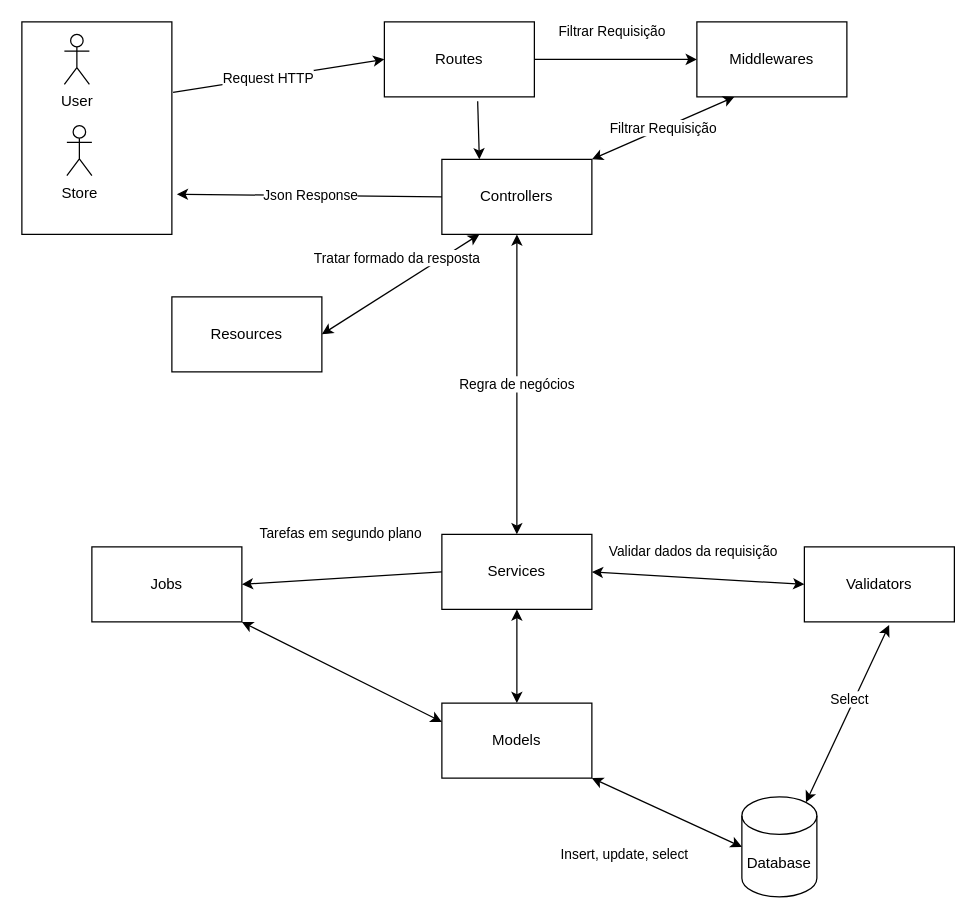
This is documents/architecture.drawio.xml from RodrigoFraga/amount-transfers-api, a draw.io file, before an edit. Source tidied: cells renumbered, new cells numbered last; positions are measured from the earlier drawing's top-left corner, leaving out a move shared by most shapes. Both pictures are drawn from the tidied source at 125%, with x=0, y=0 at pixel (21, 21).
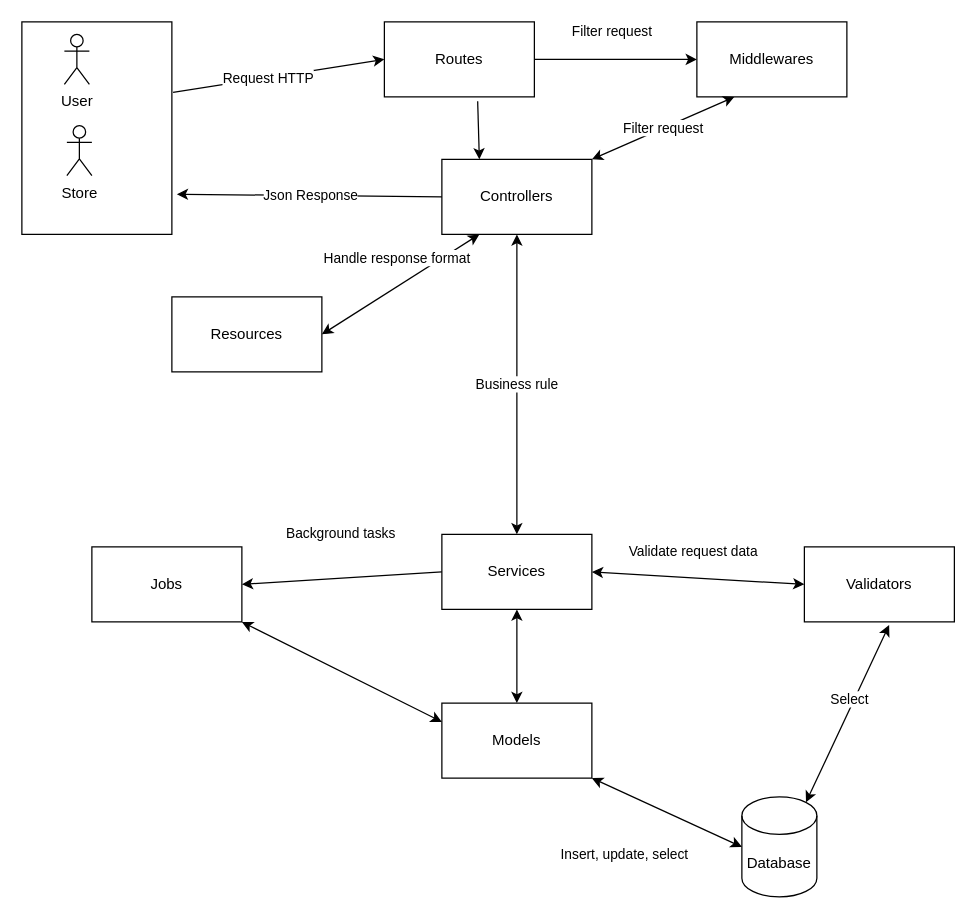
The same diagram, later.

The change refers to these unchanged cells:
```xml
<mxCell id="8" value="Middlewares" style="rounded=0;whiteSpace=wrap;html=1;" parent="1" vertex="1">
  <mxGeometry x="540" width="120" height="60" as="geometry" />
</mxCell>
<mxCell id="9" style="endArrow=classic;html=1;rounded=0;entryX=0;entryY=0.5;entryDx=0;entryDy=0;exitX=1;exitY=0.5;exitDx=0;exitDy=0;" parent="1" edge="1" source="2" target="8">
  <mxGeometry relative="1" as="geometry" />
</mxCell>
<mxCell id="11" value="Controllers" style="rounded=0;whiteSpace=wrap;html=1;" parent="1" vertex="1">
  <mxGeometry x="336" y="110" width="120" height="60" as="geometry" />
</mxCell>
<mxCell id="14" value="Services" style="rounded=0;whiteSpace=wrap;html=1;" parent="1" vertex="1">
  <mxGeometry x="336" y="410" width="120" height="60" as="geometry" />
</mxCell>
<mxCell id="16" value="Jobs" style="rounded=0;whiteSpace=wrap;html=1;" parent="1" vertex="1">
  <mxGeometry x="56" y="420" width="120" height="60" as="geometry" />
</mxCell>
<mxCell id="18" style="endArrow=classic;startArrow=classic;html=1;rounded=0;entryX=0;entryY=0.5;entryDx=0;entryDy=0;exitX=1;exitY=0.5;exitDx=0;exitDy=0;" parent="1" edge="1" source="14" target="17">
  <mxGeometry relative="1" as="geometry" />
</mxCell>
<mxCell id="31" value="Resources" style="rounded=0;whiteSpace=wrap;html=1;" parent="1" vertex="1">
  <mxGeometry x="120" y="220" width="120" height="60" as="geometry" />
</mxCell>
```

The edit, as a diff of the source:
```diff
@@
-    <mxCell id="10" value="Filtrar Requisição" style="edgeLabel;html=1;align=center;verticalAlign=middle;" parent="9" vertex="1">
+    <mxCell id="10" value="Filter request" style="edgeLabel;html=1;align=center;verticalAlign=middle;" parent="9" vertex="1">
       <mxGeometry x="-0.16" y="1" relative="1" as="geometry">
         <mxPoint x="6" y="-22" as="offset" />
       </mxGeometry>
     </mxCell>
@@
-    <mxCell id="13" value="Filtrar Requisição" style="endArrow=classic;startArrow=classic;html=1;rounded=0;entryX=1;entryY=0;entryDx=0;entryDy=0;exitX=0.25;exitY=1;exitDx=0;exitDy=0;" parent="1" edge="1" source="8" target="11">
+    <mxCell id="13" value="Filter request" style="endArrow=classic;startArrow=classic;html=1;rounded=0;entryX=1;entryY=0;entryDx=0;entryDy=0;exitX=0.25;exitY=1;exitDx=0;exitDy=0;" parent="1" edge="1" source="8" target="11">
       <mxGeometry relative="1" as="geometry" />
     </mxCell>
@@
-    <mxCell id="15" value="Regra de negócios" style="endArrow=classic;startArrow=classic;html=1;rounded=0;entryX=0.5;entryY=1;entryDx=0;entryDy=0;" parent="1" edge="1" source="14" target="11">
+    <mxCell id="15" value="Business rule" style="endArrow=classic;startArrow=classic;html=1;rounded=0;entryX=0.5;entryY=1;entryDx=0;entryDy=0;" parent="1" edge="1" source="14" target="11">
       <mxGeometry relative="1" as="geometry" />
     </mxCell>
@@
-    <mxCell id="19" value="Validar dados da requisição" style="edgeLabel;html=1;align=center;verticalAlign=middle;" parent="18" vertex="1">
+    <mxCell id="19" value="Validate request data" style="edgeLabel;html=1;align=center;verticalAlign=middle;" parent="18" vertex="1">
       <mxGeometry x="-0.31" y="-4" relative="1" as="geometry">
         <mxPoint x="22" y="-24" as="offset" />
       </mxGeometry>
     </mxCell>
-    <mxCell id="20" value="Tarefas em segundo plano" style="endArrow=classic;html=1;rounded=0;exitX=0;exitY=0.5;exitDx=0;exitDy=0;entryX=1;entryY=0.5;entryDx=0;entryDy=0;" parent="1" edge="1" source="14" target="16">
+    <mxCell id="20" value="Background tasks" style="endArrow=classic;html=1;rounded=0;exitX=0;exitY=0.5;exitDx=0;exitDy=0;entryX=1;entryY=0.5;entryDx=0;entryDy=0;" parent="1" edge="1" source="14" target="16">
       <mxGeometry x="-0.01" y="-36" relative="1" as="geometry" />
     </mxCell>
@@
-    <mxCell id="32" value="Tratar formado da resposta" style="endArrow=classic;startArrow=classic;html=1;rounded=0;entryX=0.25;entryY=1;entryDx=0;entryDy=0;exitX=1;exitY=0.5;exitDx=0;exitDy=0;" parent="1" edge="1" source="31" target="11">
+    <mxCell id="32" value="Handle response format" style="endArrow=classic;startArrow=classic;html=1;rounded=0;entryX=0.25;entryY=1;entryDx=0;entryDy=0;exitX=1;exitY=0.5;exitDx=0;exitDy=0;" parent="1" edge="1" source="31" target="11">
       <mxGeometry x="0.11" y="18" relative="1" as="geometry">
         <mxPoint y="-1" as="offset" />
       </mxGeometry>
     </mxCell>
```
